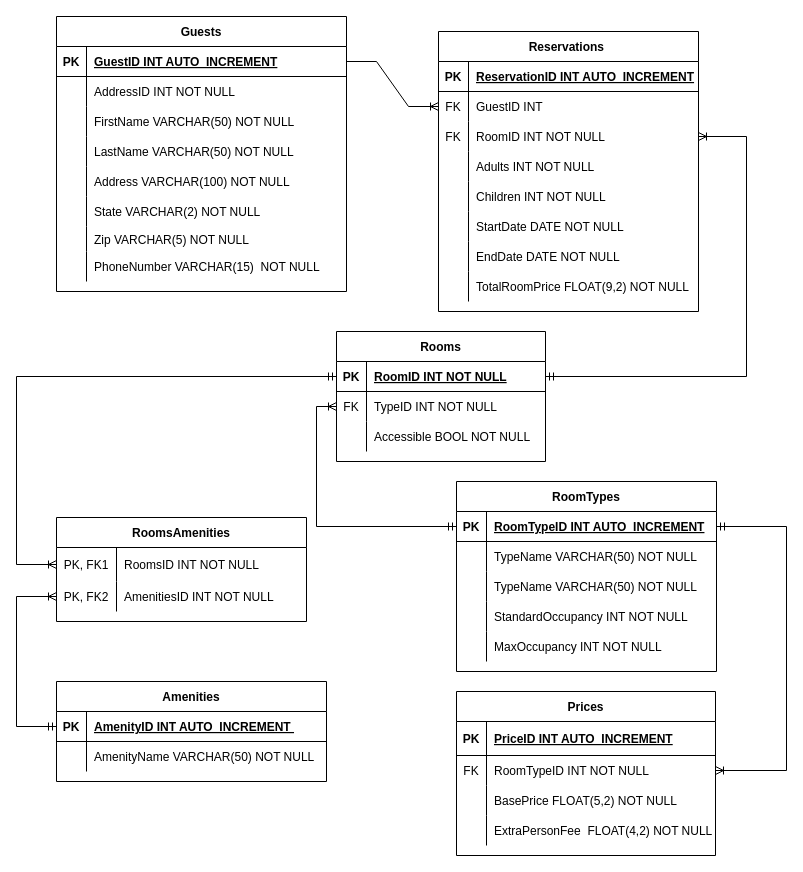
Above: sql/erd/hotelErd.drawio in PatrickJonak/C268 (draw.io), before the change. Source tidied: cells renumbered, new cells numbered last; positions are measured from the earlier drawing's top-left corner, leaving out a move shared by most shapes. Both pictures are drawn from the tidied source at 100%, with x=0, y=0 at pixel (-94, 16).
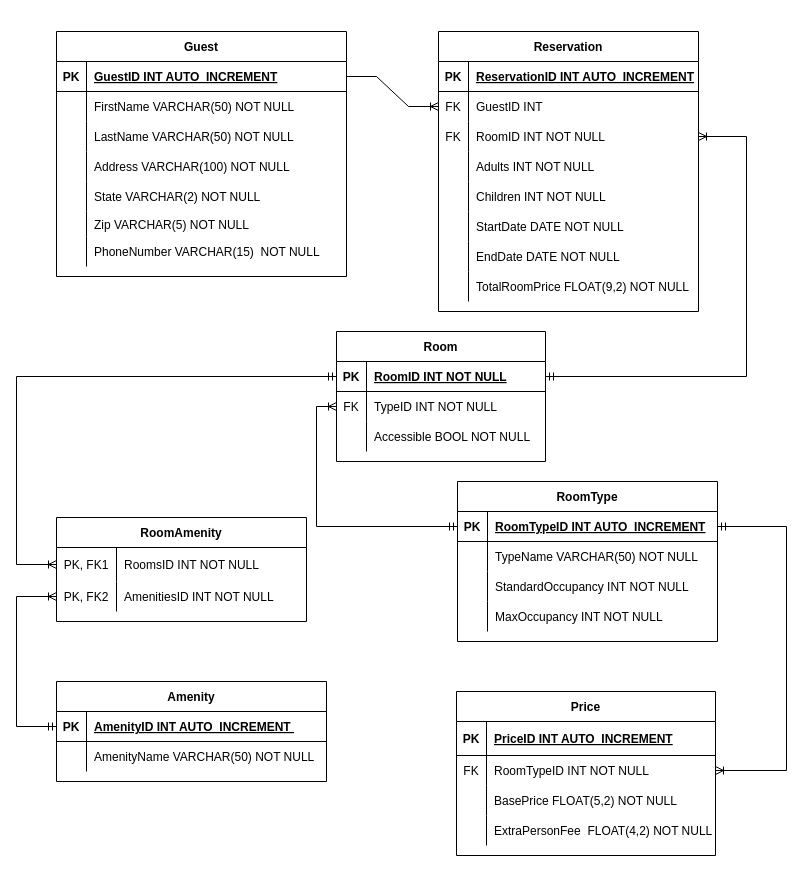
Above is the later version.

What changed in the source:
```diff
@@
-    <mxCell id="2" value="Guests" style="shape=table;startSize=30;childLayout=tableLayout;rowLines=0;fontStyle=1;align=center;" parent="1" vertex="1">
-      <mxGeometry x="150" width="290" height="275" as="geometry" />
+    <mxCell id="2" value="Guest" style="shape=table;startSize=30;childLayout=tableLayout;rowLines=0;fontStyle=1;align=center;" parent="1" vertex="1">
+      <mxGeometry x="150" y="15" width="290" height="245" as="geometry" />
     </mxCell>
@@
-    <mxCell id="6" style="shape=tableRow;horizontal=0;startSize=0;swimlaneHead=0;swimlaneBody=0;fillColor=none;top=0;left=0;right=0;bottom=0;" parent="2" vertex="1">
-      <mxGeometry y="60" width="290" height="30" as="geometry" />
-    </mxCell>
-    <mxCell id="7" style="shape=partialRectangle;fillColor=none;top=0;left=0;bottom=0;right=0;overflow=hidden;" parent="6" vertex="1">
-      <mxGeometry width="30" height="30" as="geometry" />
-    </mxCell>
-    <mxCell id="8" value="AddressID INT NOT NULL" style="shape=partialRectangle;fillColor=none;top=0;left=0;bottom=0;right=0;align=left;spacingLeft=6;overflow=hidden;" parent="6" vertex="1">
-      <mxGeometry x="30" width="260" height="30" as="geometry" />
-    </mxCell>
     <mxCell id="9" style="shape=tableRow;horizontal=0;startSize=0;swimlaneHead=0;swimlaneBody=0;fillColor=none;top=0;left=0;right=0;bottom=0;" parent="2" vertex="1">
-      <mxGeometry y="90" width="290" height="30" as="geometry" />
+      <mxGeometry y="60" width="290" height="30" as="geometry" />
     </mxCell>
@@
     <mxCell id="12" style="shape=tableRow;horizontal=0;startSize=0;swimlaneHead=0;swimlaneBody=0;fillColor=none;top=0;left=0;right=0;bottom=0;" parent="2" vertex="1">
-      <mxGeometry y="120" width="290" height="30" as="geometry" />
+      <mxGeometry y="90" width="290" height="30" as="geometry" />
     </mxCell>
@@
     <mxCell id="15" style="shape=tableRow;horizontal=0;startSize=0;swimlaneHead=0;swimlaneBody=0;fillColor=none;top=0;left=0;right=0;bottom=0;" parent="2" vertex="1">
-      <mxGeometry y="150" width="290" height="30" as="geometry" />
+      <mxGeometry y="120" width="290" height="30" as="geometry" />
     </mxCell>
@@
     <mxCell id="18" style="shape=tableRow;horizontal=0;startSize=0;swimlaneHead=0;swimlaneBody=0;fillColor=none;top=0;left=0;right=0;bottom=0;" parent="2" vertex="1">
-      <mxGeometry y="180" width="290" height="30" as="geometry" />
+      <mxGeometry y="150" width="290" height="30" as="geometry" />
     </mxCell>
@@
     <mxCell id="21" style="shape=tableRow;horizontal=0;startSize=0;swimlaneHead=0;swimlaneBody=0;fillColor=none;top=0;left=0;right=0;bottom=0;" parent="2" vertex="1">
-      <mxGeometry y="210" width="290" height="25" as="geometry" />
+      <mxGeometry y="180" width="290" height="25" as="geometry" />
     </mxCell>
@@
     <mxCell id="24" style="shape=tableRow;horizontal=0;startSize=0;swimlaneHead=0;swimlaneBody=0;fillColor=none;top=0;left=0;right=0;bottom=0;" parent="2" vertex="1">
-      <mxGeometry y="235" width="290" height="30" as="geometry" />
+      <mxGeometry y="205" width="290" height="30" as="geometry" />
     </mxCell>
@@
-    <mxCell id="27" value="Reservations " style="shape=table;startSize=30;childLayout=tableLayout;rowLines=0;fontStyle=1;align=center;" parent="1" vertex="1">
+    <mxCell id="27" value="Reservation" style="shape=table;startSize=30;childLayout=tableLayout;rowLines=0;fontStyle=1;align=center;" parent="1" vertex="1">
       <mxGeometry x="532" y="15" width="260" height="280" as="geometry" />
     </mxCell>
@@
-    <mxCell id="53" value="Rooms" style="shape=table;startSize=30;childLayout=tableLayout;rowLines=0;fontStyle=1;align=center;" parent="1" vertex="1">
+    <mxCell id="53" value="Room" style="shape=table;startSize=30;childLayout=tableLayout;rowLines=0;fontStyle=1;align=center;" parent="1" vertex="1">
       <mxGeometry x="430" y="315" width="209" height="130" as="geometry" />
     </mxCell>
@@
-    <mxCell id="63" value="RoomTypes" style="shape=table;startSize=30;childLayout=tableLayout;rowLines=0;fontStyle=1;align=center;" parent="1" vertex="1">
-      <mxGeometry x="550" y="465" width="260" height="190" as="geometry" />
+    <mxCell id="63" value="RoomType" style="shape=table;startSize=30;childLayout=tableLayout;rowLines=0;fontStyle=1;align=center;" parent="1" vertex="1">
+      <mxGeometry x="551" y="465" width="260" height="160" as="geometry" />
     </mxCell>
@@
-    <mxCell id="70" style="shape=tableRow;horizontal=0;startSize=0;swimlaneHead=0;swimlaneBody=0;fillColor=none;top=0;left=0;right=0;bottom=0;" parent="63" vertex="1">
-      <mxGeometry y="90" width="260" height="30" as="geometry" />
-    </mxCell>
-    <mxCell id="71" style="shape=partialRectangle;fillColor=none;top=0;left=0;bottom=0;right=0;overflow=hidden;" parent="70" vertex="1">
-      <mxGeometry width="30" height="30" as="geometry" />
-    </mxCell>
-    <mxCell id="72" value="TypeName VARCHAR(50) NOT NULL" style="shape=partialRectangle;fillColor=none;top=0;left=0;bottom=0;right=0;align=left;spacingLeft=6;overflow=hidden;" parent="70" vertex="1">
-      <mxGeometry x="30" width="230" height="30" as="geometry" />
-    </mxCell>
     <mxCell id="73" style="shape=tableRow;horizontal=0;startSize=0;swimlaneHead=0;swimlaneBody=0;fillColor=none;top=0;left=0;right=0;bottom=0;" parent="63" vertex="1">
-      <mxGeometry y="120" width="260" height="30" as="geometry" />
+      <mxGeometry y="90" width="260" height="30" as="geometry" />
     </mxCell>
@@
     <mxCell id="76" style="shape=tableRow;horizontal=0;startSize=0;swimlaneHead=0;swimlaneBody=0;fillColor=none;top=0;left=0;right=0;bottom=0;" parent="63" vertex="1">
-      <mxGeometry y="150" width="260" height="30" as="geometry" />
+      <mxGeometry y="120" width="260" height="30" as="geometry" />
     </mxCell>
@@
-    <mxCell id="80" value="Prices" style="shape=table;startSize=30;childLayout=tableLayout;rowLines=0;fontStyle=1;align=center;" parent="1" vertex="1">
+    <mxCell id="80" value="Price" style="shape=table;startSize=30;childLayout=tableLayout;rowLines=0;fontStyle=1;align=center;" parent="1" vertex="1">
       <mxGeometry x="550" y="675" width="259" height="164" as="geometry" />
     </mxCell>
@@
-    <mxCell id="93" value="RoomsAmenities" style="shape=table;startSize=30;childLayout=tableLayout;rowLines=0;fontStyle=1;align=center;" parent="1" vertex="1">
+    <mxCell id="93" value="RoomAmenity" style="shape=table;startSize=30;childLayout=tableLayout;rowLines=0;fontStyle=1;align=center;" parent="1" vertex="1">
       <mxGeometry x="150" y="501" width="250" height="104" as="geometry" />
     </mxCell>
@@
-    <mxCell id="101" value="Amenities" style="shape=table;startSize=30;childLayout=tableLayout;rowLines=0;fontStyle=1;align=center;" parent="1" vertex="1">
+    <mxCell id="101" value="Amenity" style="shape=table;startSize=30;childLayout=tableLayout;rowLines=0;fontStyle=1;align=center;" parent="1" vertex="1">
       <mxGeometry x="150" y="665" width="270" height="100" as="geometry" />
     </mxCell>
```
